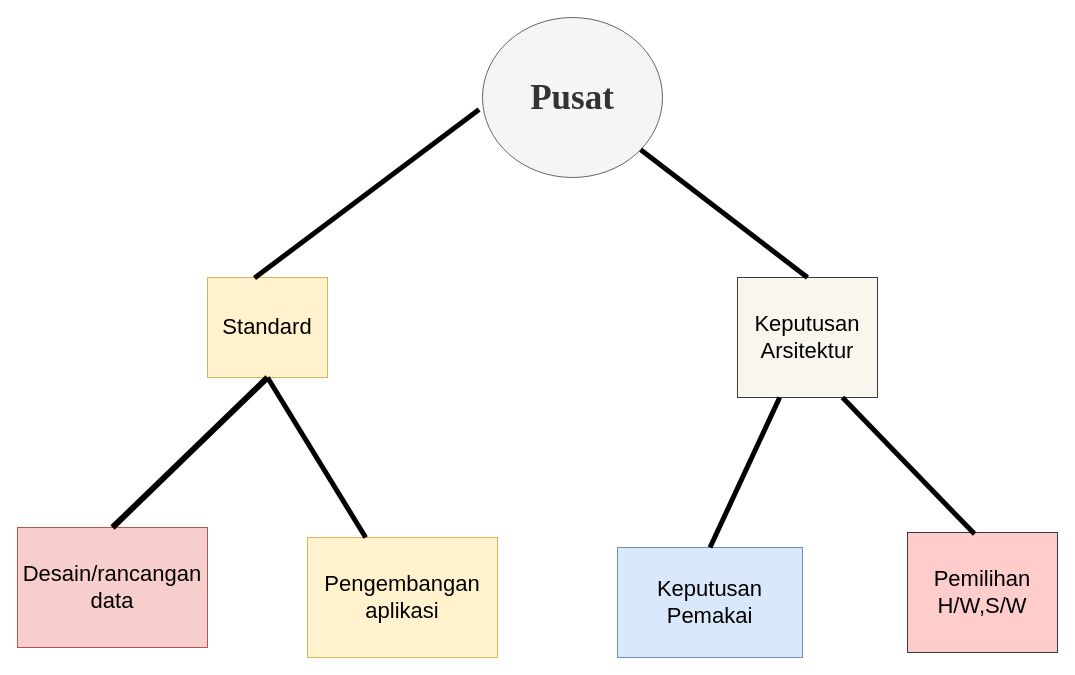
lukmanprasetyo/Topologi-Jaringan keeps this draw.io diagram as page "Page-2" (2 of 6) of pdt10.drawio. Above is the earlier version. Source tidied: cells renumbered, new cells numbered last; positions are measured from the earlier drawing's top-left corner, leaving out a move shared by most shapes. Both pictures are drawn from the tidied source at 100%, with x=0, y=0 at pixel (17, 17).
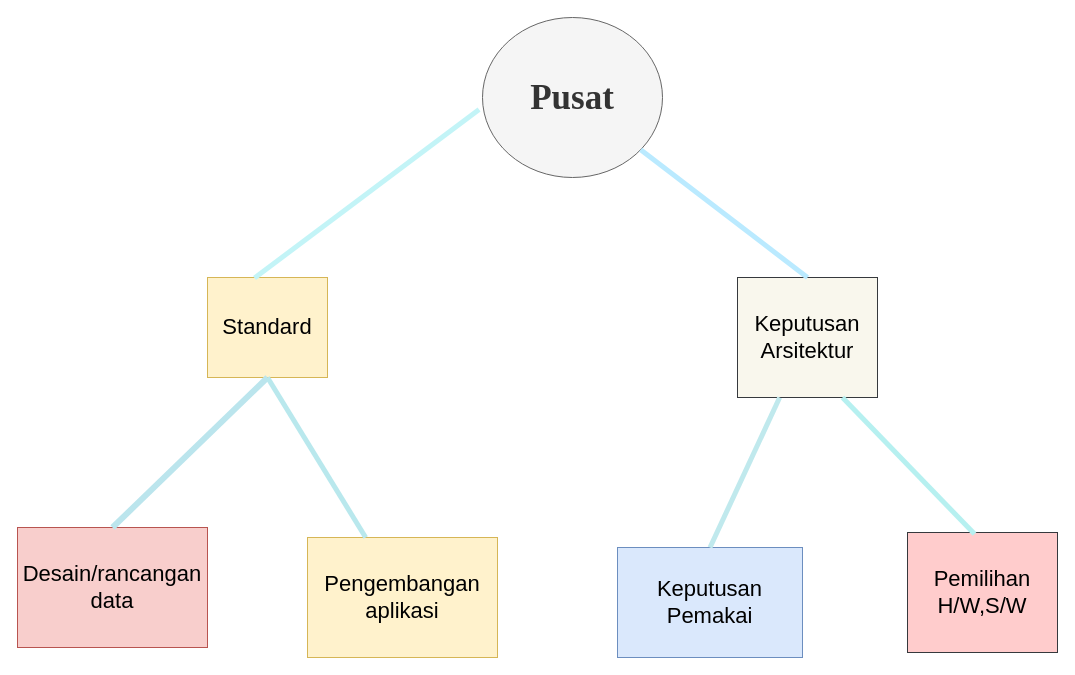
The same page after the edit.

Diff of the diagram source:
```diff
@@
 <mxGraphModel>
   <root>
     <mxCell id="0" />
     <mxCell id="1" parent="0" />
     <mxCell id="2" value="&lt;font face=&quot;Times New Roman&quot; size=&quot;1&quot;&gt;&lt;b style=&quot;font-size: 35px&quot;&gt;Pusat&lt;/b&gt;&lt;/font&gt;" style="ellipse;whiteSpace=wrap;html=1;fillColor=#f5f5f5;strokeColor=#666666;fontColor=#333333;" parent="1" vertex="1">
       <mxGeometry x="465" width="180" height="160" as="geometry" />
     </mxCell>
     <mxCell id="3" value="&lt;font style=&quot;font-size: 22px&quot;&gt;Standard&lt;/font&gt;" style="rounded=0;whiteSpace=wrap;html=1;fillColor=#fff2cc;strokeColor=#d6b656;" parent="1" vertex="1">
       <mxGeometry x="190" y="260" width="120" height="100" as="geometry" />
     </mxCell>
     <mxCell id="4" value="&lt;font style=&quot;font-size: 22px&quot;&gt;Desain/rancangan data&lt;/font&gt;" style="rounded=0;whiteSpace=wrap;html=1;fillColor=#f8cecc;strokeColor=#b85450;" parent="1" vertex="1">
       <mxGeometry y="510" width="190" height="120" as="geometry" />
     </mxCell>
     <mxCell id="5" value="&lt;font style=&quot;font-size: 22px&quot;&gt;Pengembangan aplikasi&lt;/font&gt;" style="rounded=0;whiteSpace=wrap;html=1;fillColor=#fff2cc;strokeColor=#d6b656;" parent="1" vertex="1">
       <mxGeometry x="290" y="520" width="190" height="120" as="geometry" />
     </mxCell>
     <mxCell id="6" value="&lt;font style=&quot;font-size: 22px&quot;&gt;Keputusan Pemakai&lt;/font&gt;" style="rounded=0;whiteSpace=wrap;html=1;fillColor=#dae8fc;strokeColor=#6c8ebf;" parent="1" vertex="1">
       <mxGeometry x="600" y="530" width="185" height="110" as="geometry" />
     </mxCell>
     <mxCell id="7" value="&lt;font style=&quot;font-size: 22px&quot;&gt;Pemilihan H/W,S/W&lt;/font&gt;" style="rounded=0;whiteSpace=wrap;html=1;fillColor=#ffcccc;strokeColor=#36393d;" parent="1" vertex="1">
       <mxGeometry x="890" y="515" width="150" height="120" as="geometry" />
     </mxCell>
     <mxCell id="8" value="&lt;font style=&quot;font-size: 22px&quot;&gt;Keputusan Arsitektur&lt;/font&gt;" style="rounded=0;whiteSpace=wrap;html=1;fillColor=#f9f7ed;strokeColor=#36393d;" parent="1" vertex="1">
       <mxGeometry x="720" y="260" width="140" height="120" as="geometry" />
     </mxCell>
-    <mxCell id="9" style="endArrow=none;html=1;entryX=-0.019;entryY=0.575;entryDx=0;entryDy=0;entryPerimeter=0;exitX=0.392;exitY=0.005;exitDx=0;exitDy=0;exitPerimeter=0;strokeWidth=5;" parent="1" edge="1" source="3" target="2">
+    <mxCell id="9" style="endArrow=none;html=1;entryX=-0.019;entryY=0.575;entryDx=0;entryDy=0;entryPerimeter=0;exitX=0.392;exitY=0.005;exitDx=0;exitDy=0;exitPerimeter=0;strokeWidth=5;strokeColor=#C3F4F7;" parent="1" edge="1" source="3" target="2">
       <mxGeometry relative="1" as="geometry" />
     </mxCell>
-    <mxCell id="10" style="endArrow=none;html=1;exitX=0.5;exitY=0;exitDx=0;exitDy=0;strokeWidth=6;entryX=0.5;entryY=1;entryDx=0;entryDy=0;" parent="1" edge="1" source="4" target="3">
+    <mxCell id="10" style="endArrow=none;html=1;exitX=0.5;exitY=0;exitDx=0;exitDy=0;strokeWidth=6;entryX=0.5;entryY=1;entryDx=0;entryDy=0;strokeColor=#BBE5ED;" parent="1" edge="1" source="4" target="3">
       <mxGeometry relative="1" as="geometry" />
     </mxCell>
-    <mxCell id="11" style="endArrow=none;html=1;entryX=0.5;entryY=1;entryDx=0;entryDy=0;strokeWidth=5;" parent="1" edge="1" source="5" target="3">
+    <mxCell id="11" style="endArrow=none;html=1;entryX=0.5;entryY=1;entryDx=0;entryDy=0;strokeWidth=5;strokeColor=#B9E8ED;" parent="1" edge="1" source="5" target="3">
       <mxGeometry relative="1" as="geometry" />
     </mxCell>
-    <mxCell id="12" style="endArrow=none;html=1;exitX=0.5;exitY=0;exitDx=0;exitDy=0;strokeWidth=5;" parent="1" edge="1" source="6" target="8">
+    <mxCell id="12" style="endArrow=none;html=1;exitX=0.5;exitY=0;exitDx=0;exitDy=0;strokeWidth=5;strokeColor=#C0E9ED;" parent="1" edge="1" source="6" target="8">
       <mxGeometry relative="1" as="geometry" />
     </mxCell>
-    <mxCell id="13" style="endArrow=none;html=1;strokeWidth=5;exitX=0.447;exitY=0.013;exitDx=0;exitDy=0;exitPerimeter=0;entryX=0.75;entryY=1;entryDx=0;entryDy=0;" parent="1" edge="1" source="7" target="8">
+    <mxCell id="13" style="endArrow=none;html=1;strokeWidth=5;exitX=0.447;exitY=0.013;exitDx=0;exitDy=0;exitPerimeter=0;entryX=0.75;entryY=1;entryDx=0;entryDy=0;strokeColor=#B6F0F0;" parent="1" edge="1" source="7" target="8">
       <mxGeometry relative="1" as="geometry" />
     </mxCell>
-    <mxCell id="14" style="endArrow=none;html=1;strokeWidth=5;exitX=0.5;exitY=0;exitDx=0;exitDy=0;" parent="1" edge="1" source="8" target="2">
+    <mxCell id="14" style="endArrow=none;html=1;strokeWidth=5;exitX=0.5;exitY=0;exitDx=0;exitDy=0;strokeColor=#BAEAFF;" parent="1" edge="1" source="8" target="2">
       <mxGeometry relative="1" as="geometry" />
     </mxCell>
   </root>
 </mxGraphModel>
```
